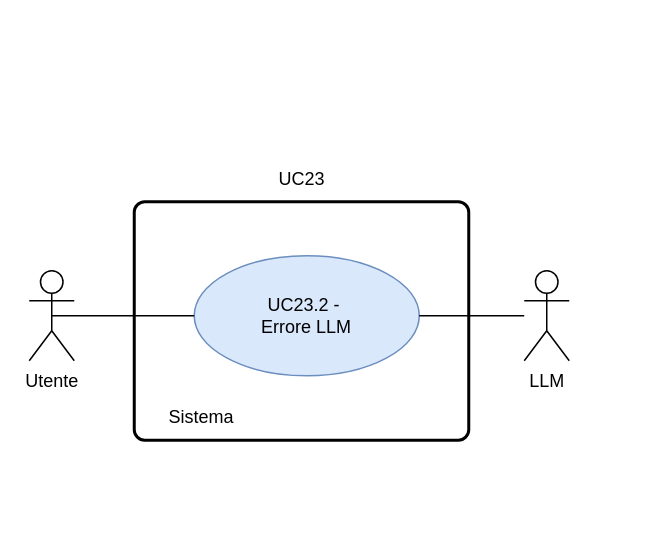
Above: RTB/doc_esterna/analisi-dei-requisiti/assets/draw.io/UC23.2.drawio in thebitless-group-swe/thebitless.github.io (draw.io), before the change. Source tidied: cells renumbered, new cells numbered last; positions are measured from the earlier drawing's top-left corner, leaving out a move shared by most shapes. Both pictures are drawn from the tidied source at 150%, with x=0, y=0 at pixel (28, 156).
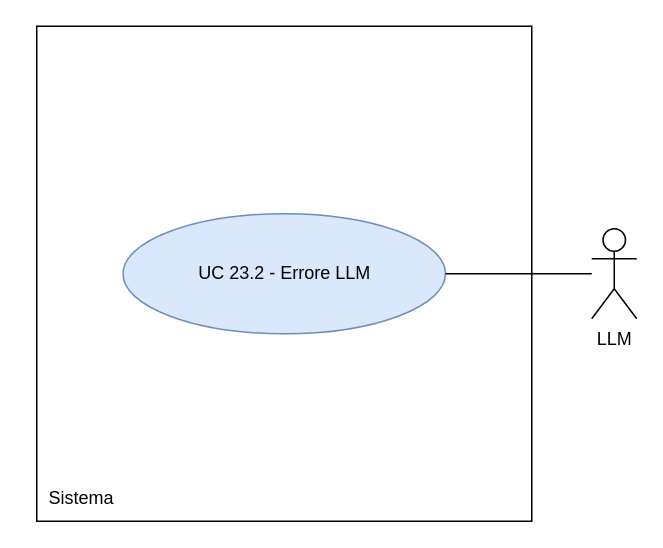
Above is the later version.

The edit, as a diff of the source:
```diff
@@
 <mxGraphModel>
   <root>
     <mxCell id="0" />
     <mxCell id="1" parent="0" />
-    <mxCell id="2" style="rounded=1;whiteSpace=wrap;html=1;absoluteArcSize=1;arcSize=14;strokeWidth=2;" parent="1" vertex="1">
-      <mxGeometry x="70" y="30" width="223" height="159" as="geometry" />
-    </mxCell>
-    <mxCell id="3" value="Utente" style="shape=umlActor;verticalLabelPosition=bottom;verticalAlign=top;html=1;outlineConnect=0;" parent="1" vertex="1">
-      <mxGeometry y="76" width="30" height="60" as="geometry" />
-    </mxCell>
+    <mxCell id="9" value="LLM" style="shape=umlActor;verticalLabelPosition=bottom;verticalAlign=top;html=1;outlineConnect=0;" parent="1" vertex="1">
+      <mxGeometry x="375" y="48" width="30" height="60" as="geometry" />
+    </mxCell>
+    <mxCell id="10" style="whiteSpace=wrap;html=1;" parent="1" vertex="1">
+      <mxGeometry x="5" y="-87" width="330" height="330" as="geometry" />
+    </mxCell>
     <mxCell id="4" value="Sistema" style="text;html=1;whiteSpace=wrap;strokeColor=none;fillColor=none;align=center;verticalAlign=middle;rounded=0;" parent="1" vertex="1">
-      <mxGeometry x="70" y="159" width="90" height="30" as="geometry" />
+      <mxGeometry x="5" y="213" width="60" height="30" as="geometry" />
     </mxCell>
-    <mxCell id="5" value="UC23.2 -&amp;nbsp;&lt;div&gt;Errore LLM&lt;/div&gt;" style="ellipse;whiteSpace=wrap;html=1;fillColor=#dae8fc;strokeColor=#6c8ebf;" parent="1" vertex="1">
-      <mxGeometry x="110" y="66" width="150" height="80" as="geometry" />
-    </mxCell>
-    <mxCell id="6" style="endArrow=none;html=1;rounded=0;exitX=0.5;exitY=0.5;exitDx=0;exitDy=0;exitPerimeter=0;entryX=0;entryY=0.5;entryDx=0;entryDy=0;" parent="1" edge="1" source="3" target="5">
-      <mxGeometry relative="1" as="geometry" />
-    </mxCell>
-    <mxCell id="7" value="UC23" style="text;html=1;whiteSpace=wrap;strokeColor=none;fillColor=none;align=center;verticalAlign=middle;rounded=0;" parent="1" vertex="1">
-      <mxGeometry x="151.5" width="60" height="30" as="geometry" />
-    </mxCell>
-    <mxCell id="8" style="edgeStyle=none;curved=1;rounded=0;jettySize=auto;html=1;fontSize=12;startSize=8;endSize=8;endArrow=none;endFill=0;" parent="1" edge="1" source="9" target="5">
-      <mxGeometry relative="1" as="geometry" />
-    </mxCell>
-    <mxCell id="9" value="LLM" style="shape=umlActor;verticalLabelPosition=bottom;verticalAlign=top;html=1;outlineConnect=0;" parent="1" vertex="1">
-      <mxGeometry x="330" y="76" width="30" height="60" as="geometry" />
-    </mxCell>
+    <mxCell id="11" value="UC 23.2 - Errore LLM" style="ellipse;whiteSpace=wrap;html=1;fillColor=#dae8fc;strokeColor=#6c8ebf;" parent="1" vertex="1">
+      <mxGeometry x="62.5" y="38" width="215" height="80" as="geometry" />
+    </mxCell>
+    <mxCell id="12" style="edgeStyle=none;rounded=0;jettySize=auto;html=1;endArrow=none;endFill=0;" parent="1" edge="1" source="11" target="9">
+      <mxGeometry relative="1" as="geometry" />
+    </mxCell>
   </root>
 </mxGraphModel>
```
